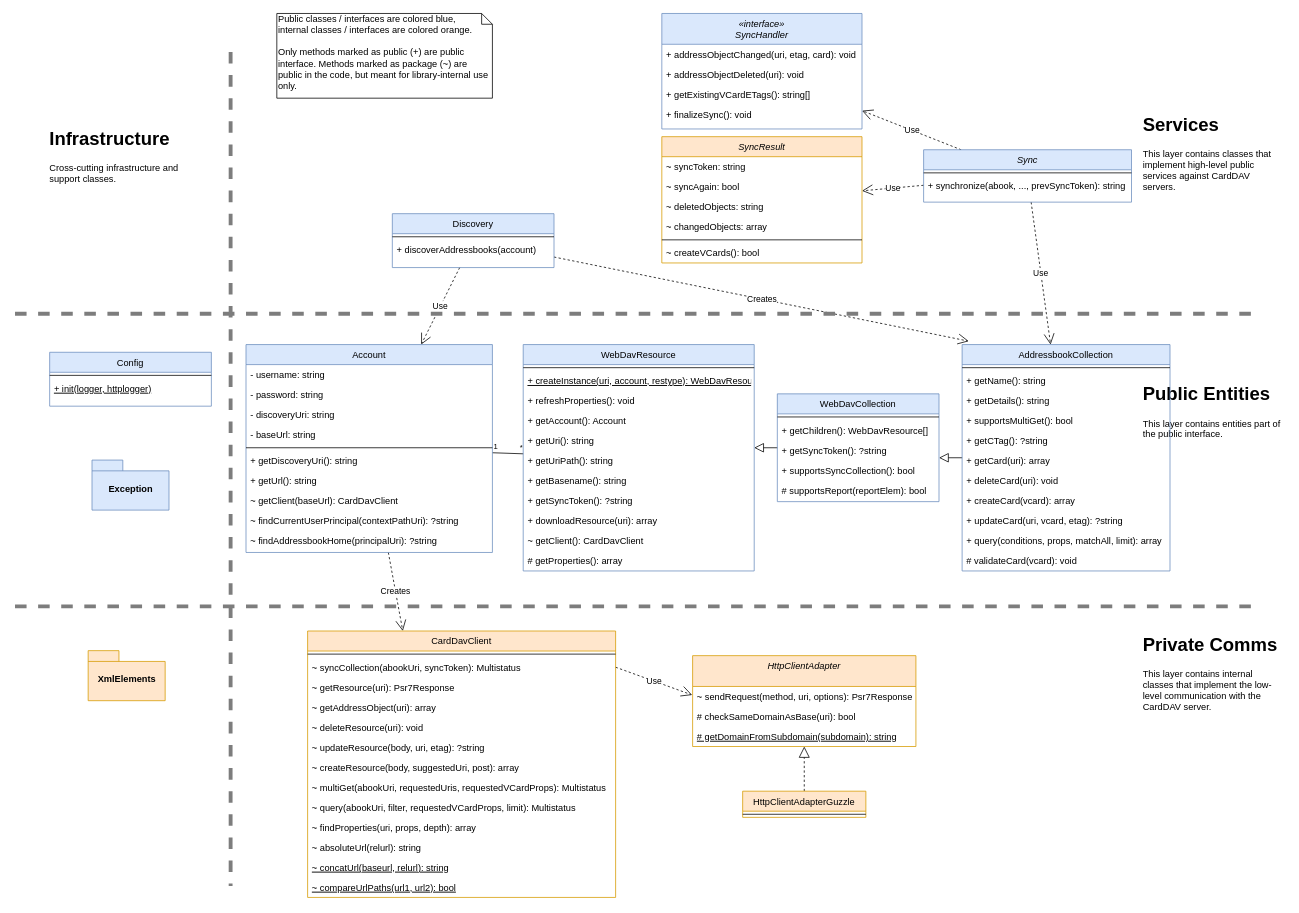
Earlier version of the draw.io diagram doc/Classes.drawio (mstilkerich/carddavclient). Source tidied: cells renumbered, new cells numbered last; positions are measured from the earlier drawing's top-left corner, leaving out a move shared by most shapes. Both pictures are drawn from the tidied source at 77%, with x=0, y=0 at pixel (15, 13).
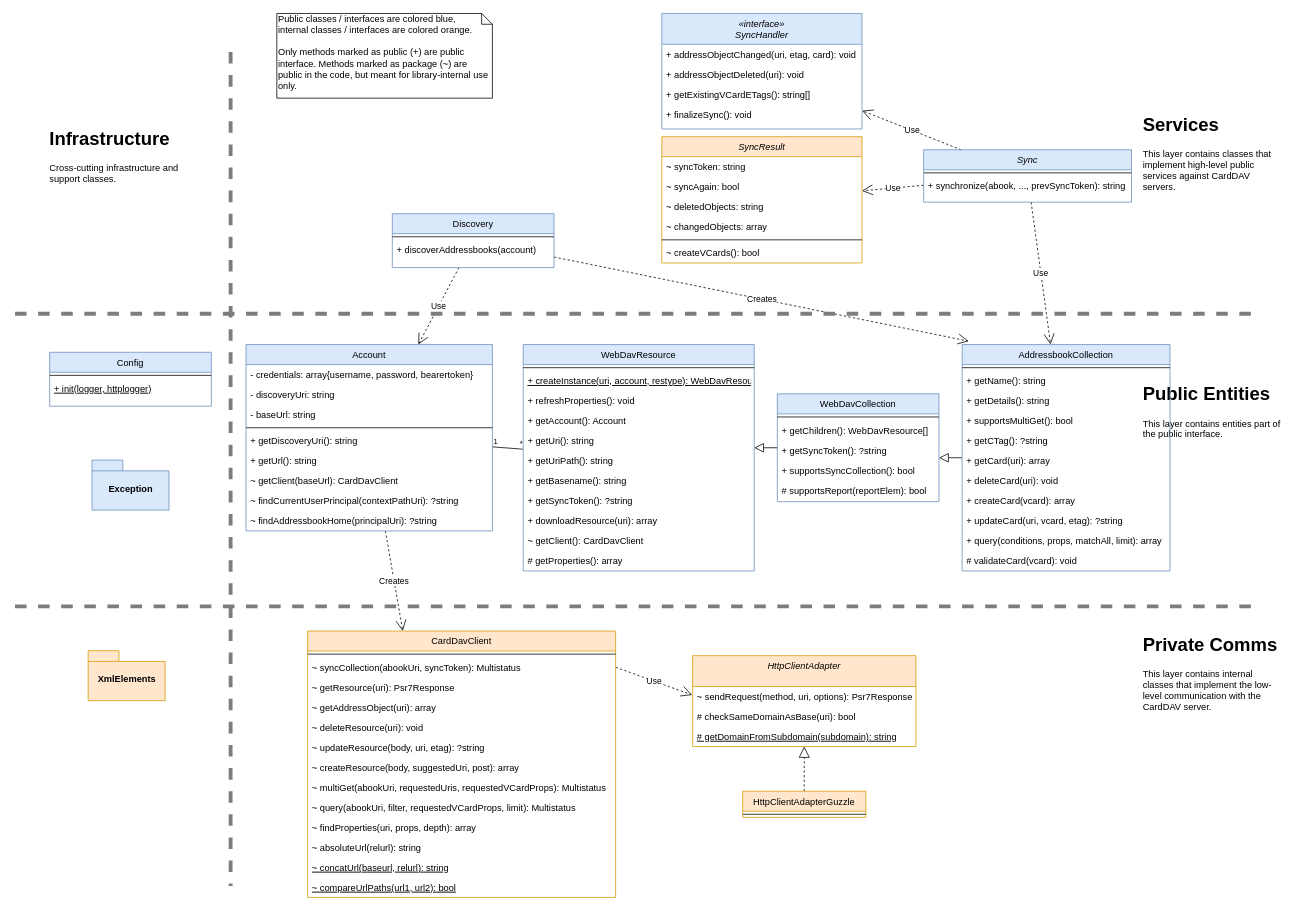
After the change.

The edit, as a diff of the source:
```diff
@@
     <mxCell id="47" value="Account" style="swimlane;fontStyle=0;align=center;verticalAlign=top;horizontal=1;startSize=26;rounded=0;shadow=0;strokeWidth=1;fillColor=#dae8fc;strokeColor=#6c8ebf;" parent="1" vertex="1">
-      <mxGeometry x="300" y="430" width="320" height="270" as="geometry" />
+      <mxGeometry x="300" y="430" width="320" height="242" as="geometry" />
     </mxCell>
-    <mxCell id="48" value="- username: string" style="text;align=left;verticalAlign=top;spacingLeft=4;spacingRight=4;overflow=hidden;" parent="47" vertex="1">
+    <mxCell id="48" value="- credentials: array{username, password, bearertoken}" style="text;align=left;verticalAlign=top;spacingLeft=4;spacingRight=4;overflow=hidden;" parent="47" vertex="1">
       <mxGeometry y="26" width="320" height="26" as="geometry" />
     </mxCell>
-    <mxCell id="49" value="- password: string" style="text;align=left;verticalAlign=top;spacingLeft=4;spacingRight=4;overflow=hidden;rounded=0;shadow=0;html=0;" parent="47" vertex="1">
-      <mxGeometry y="52" width="320" height="26" as="geometry" />
-    </mxCell>
     <mxCell id="50" value="- discoveryUri: string" style="text;align=left;verticalAlign=top;spacingLeft=4;spacingRight=4;overflow=hidden;rounded=0;shadow=0;html=0;" parent="47" vertex="1">
-      <mxGeometry y="78" width="320" height="26" as="geometry" />
+      <mxGeometry y="52" width="320" height="26" as="geometry" />
     </mxCell>
     <mxCell id="51" value="- baseUrl: string" style="text;align=left;verticalAlign=top;spacingLeft=4;spacingRight=4;overflow=hidden;rounded=0;shadow=0;html=0;" parent="47" vertex="1">
-      <mxGeometry y="104" width="320" height="26" as="geometry" />
+      <mxGeometry y="78" width="320" height="26" as="geometry" />
     </mxCell>
     <mxCell id="52" style="line;html=1;strokeWidth=1;align=left;verticalAlign=middle;spacingTop=-1;spacingLeft=3;spacingRight=3;labelPosition=right;" parent="47" vertex="1">
-      <mxGeometry y="130" width="320" height="8" as="geometry" />
+      <mxGeometry y="104" width="320" height="8" as="geometry" />
     </mxCell>
     <mxCell id="53" value="+ getDiscoveryUri(): string" style="text;align=left;verticalAlign=top;spacingLeft=4;spacingRight=4;overflow=hidden;" parent="47" vertex="1">
-      <mxGeometry y="138" width="320" height="26" as="geometry" />
+      <mxGeometry y="112" width="320" height="26" as="geometry" />
     </mxCell>
     <mxCell id="54" value="+ getUrl(): string" style="text;align=left;verticalAlign=top;spacingLeft=4;spacingRight=4;overflow=hidden;" parent="47" vertex="1">
-      <mxGeometry y="164" width="320" height="26" as="geometry" />
+      <mxGeometry y="138" width="320" height="26" as="geometry" />
     </mxCell>
     <mxCell id="55" value="~ getClient(baseUrl): CardDavClient" style="text;align=left;verticalAlign=top;spacingLeft=4;spacingRight=4;overflow=hidden;fontStyle=0;" parent="47" vertex="1">
-      <mxGeometry y="190" width="320" height="26" as="geometry" />
+      <mxGeometry y="164" width="320" height="26" as="geometry" />
     </mxCell>
     <mxCell id="56" value="~ findCurrentUserPrincipal(contextPathUri): ?string" style="text;align=left;verticalAlign=top;spacingLeft=4;spacingRight=4;overflow=hidden;" parent="47" vertex="1">
-      <mxGeometry y="216" width="320" height="26" as="geometry" />
+      <mxGeometry y="190" width="320" height="26" as="geometry" />
     </mxCell>
     <mxCell id="57" value="~ findAddressbookHome(principalUri): ?string" style="text;align=left;verticalAlign=top;spacingLeft=4;spacingRight=4;overflow=hidden;" parent="47" vertex="1">
-      <mxGeometry y="242" width="320" height="26" as="geometry" />
+      <mxGeometry y="216" width="320" height="26" as="geometry" />
     </mxCell>
```
